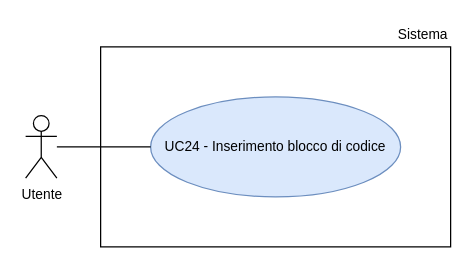
The draw.io diagram RTB/doc_esterna/analisi-dei-requisiti/assets/draw.io/UC24.drawio in thebitless-group-swe/thebitless.github.io, before the edit. Source tidied: cells renumbered, new cells numbered last; positions are measured from the earlier drawing's top-left corner, leaving out a move shared by most shapes. Both pictures are drawn from the tidied source at 125%, with x=0, y=0 at pixel (25, 21).
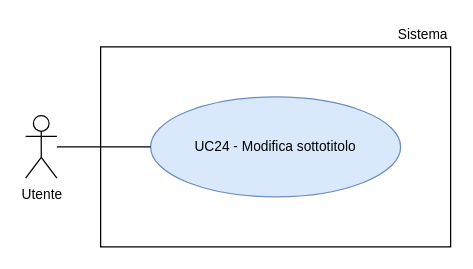
Above is the later version.

The edit, as a diff of the source:
```diff
@@
 <mxGraphModel>
   <root>
     <mxCell id="0" />
     <mxCell id="1" parent="0" />
     <mxCell id="2" value="Utente" style="shape=umlActor;verticalLabelPosition=bottom;verticalAlign=top;html=1;outlineConnect=0;fontSize=11;" parent="1" vertex="1">
       <mxGeometry y="75" width="25" height="50" as="geometry" />
     </mxCell>
     <mxCell id="3" style="rounded=0;whiteSpace=wrap;html=1;strokeWidth=1;" parent="1" vertex="1">
       <mxGeometry x="60" y="20" width="280" height="160" as="geometry" />
     </mxCell>
     <mxCell id="4" value="Sistema" style="text;html=1;whiteSpace=wrap;strokeColor=none;fillColor=none;align=right;verticalAlign=middle;fontSize=11;" parent="1" vertex="1">
       <mxGeometry x="270" width="70" height="20" as="geometry" />
     </mxCell>
-    <mxCell id="5" value="UC24 - Inserimento blocco di codice" style="ellipse;whiteSpace=wrap;html=1;fillColor=#dae8fc;strokeColor=#6c8ebf;fontSize=11;" parent="1" vertex="1">
+    <mxCell id="5" value="UC24 - Modifica sottotitolo" style="ellipse;whiteSpace=wrap;html=1;fillColor=#dae8fc;strokeColor=#6c8ebf;fontSize=11;" parent="1" vertex="1">
       <mxGeometry x="100" y="60" width="200" height="80" as="geometry" />
     </mxCell>
     <mxCell id="6" style="edgeStyle=none;rounded=0;jettySize=auto;html=1;endArrow=none;endFill=0;" parent="1" edge="1" source="2" target="5">
       <mxGeometry relative="1" as="geometry" />
     </mxCell>
   </root>
 </mxGraphModel>
```
